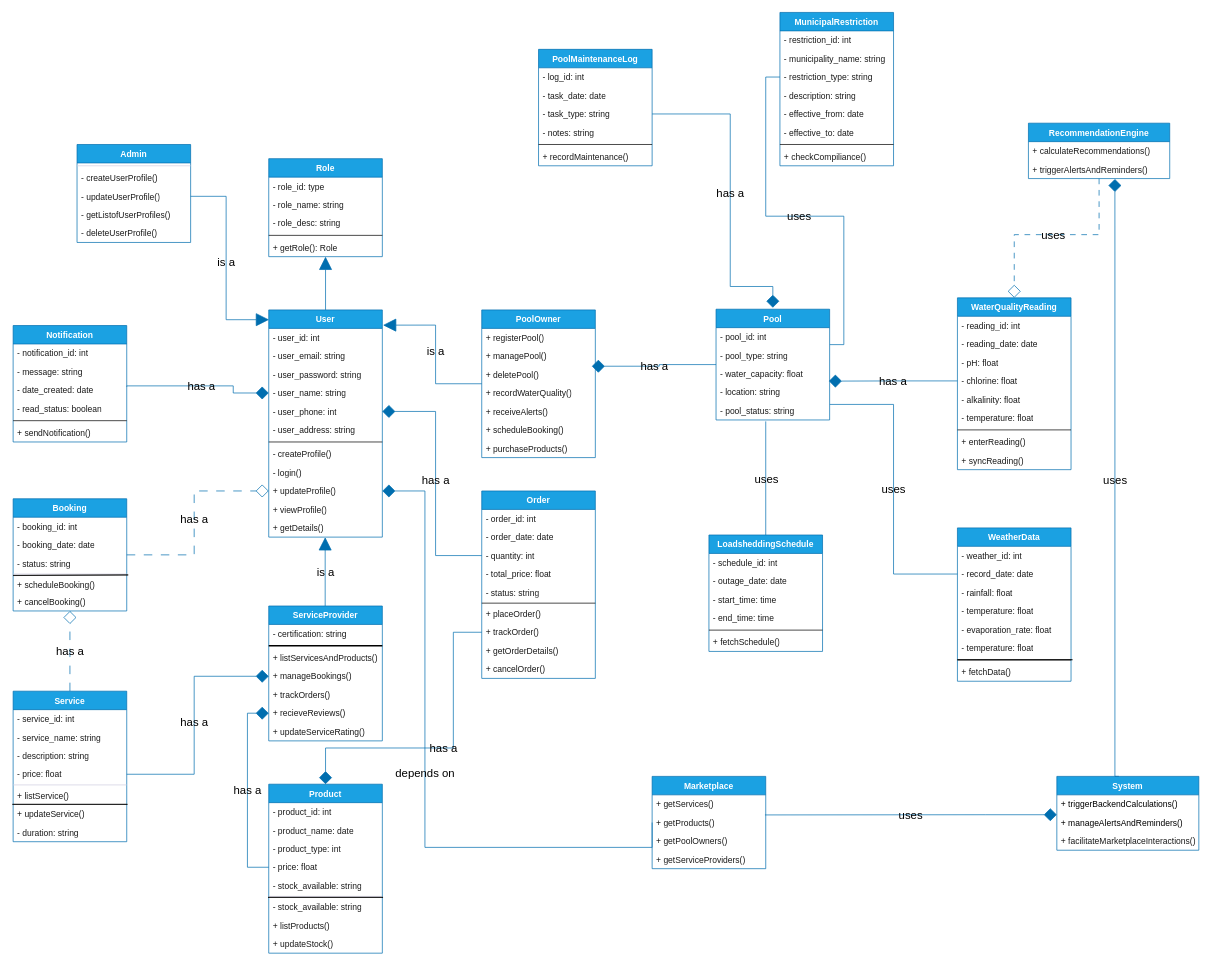
Earlier version of the draw.io diagram Design/UML Diagram - Copy.drawio (LRedpathZA/IT-Project). Source tidied: cells renumbered, new cells numbered last; positions are measured from the earlier drawing's top-left corner, leaving out a move shared by most shapes. Both pictures are drawn from the tidied source at 71%, with x=0, y=0 at pixel (12, 12).
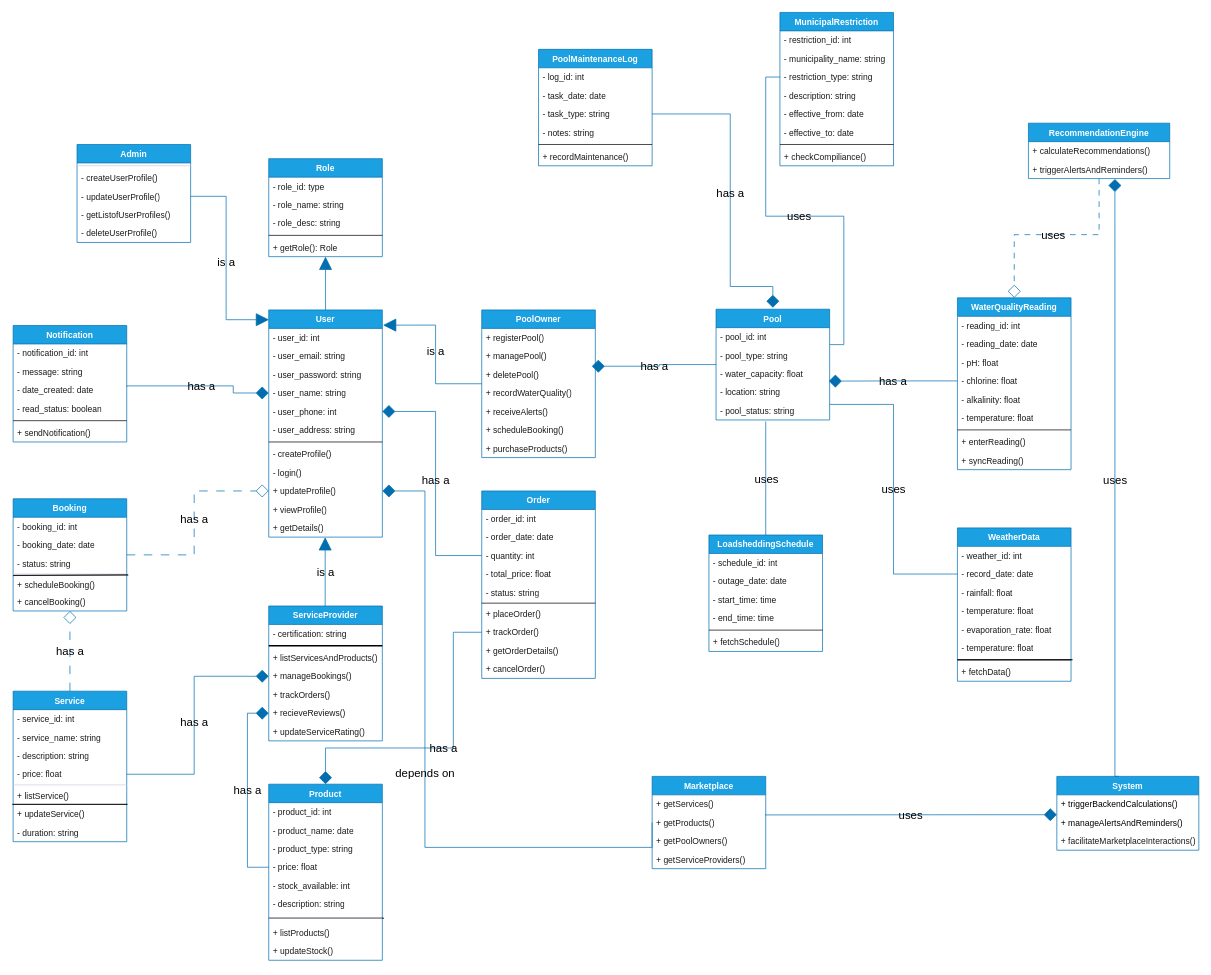
The same diagram, later.

Commit message (it also covers changes not shown here):
Updated UML + ERD

Change to the diagram source:
```diff
@@
     <mxCell id="129" value="Product" style="swimlane;fontStyle=1;align=center;verticalAlign=top;horizontal=1;startSize=26;whiteSpace=wrap;html=1;labelBackgroundColor=none;fillColor=#1ba1e2;strokeColor=#006EAF;fontColor=#ffffff;" parent="1" vertex="1">
-      <mxGeometry x="361" y="1087" width="160" height="238" as="geometry" />
+      <mxGeometry x="361" y="1087" width="160" height="248" as="geometry" />
     </mxCell>
@@
-    <mxCell id="132" value="- product_type: int" style="text;strokeColor=none;fillColor=none;align=left;verticalAlign=top;spacingLeft=4;spacingRight=4;overflow=hidden;whiteSpace=wrap;html=1;labelBackgroundColor=none;fontColor=#1A1A1A;" parent="129" vertex="1">
+    <mxCell id="132" value="- product_type: string" style="text;strokeColor=none;fillColor=none;align=left;verticalAlign=top;spacingLeft=4;spacingRight=4;overflow=hidden;whiteSpace=wrap;html=1;labelBackgroundColor=none;fontColor=#1A1A1A;" parent="129" vertex="1">
       <mxGeometry y="78" width="160" height="26" as="geometry" />
     </mxCell>
@@
-    <mxCell id="134" value="- stock_available: string" style="text;strokeColor=none;fillColor=none;align=left;verticalAlign=top;spacingLeft=4;spacingRight=4;overflow=hidden;whiteSpace=wrap;html=1;labelBackgroundColor=none;fontColor=#1A1A1A;" parent="129" vertex="1">
+    <mxCell id="134" value="- stock_available: int" style="text;strokeColor=none;fillColor=none;align=left;verticalAlign=top;spacingLeft=4;spacingRight=4;overflow=hidden;whiteSpace=wrap;html=1;labelBackgroundColor=none;fontColor=#1A1A1A;" parent="129" vertex="1">
       <mxGeometry y="130" width="160" height="26" as="geometry" />
     </mxCell>
-    <mxCell id="135" style="line;strokeWidth=1;fillColor=none;align=left;verticalAlign=middle;spacingTop=-1;spacingLeft=3;spacingRight=3;labelPosition=right;strokeColor=#D0CEE2;labelBackgroundColor=none;fontColor=#1A1A1A;" parent="129" vertex="1">
-      <mxGeometry y="156" width="160" height="4" as="geometry" />
-    </mxCell>
-    <mxCell id="136" value="- stock_available: string" style="text;strokeColor=none;fillColor=none;align=left;verticalAlign=top;spacingLeft=4;spacingRight=4;overflow=hidden;whiteSpace=wrap;html=1;labelBackgroundColor=none;fontColor=#1A1A1A;" parent="129" vertex="1">
-      <mxGeometry y="160" width="160" height="26" as="geometry" />
+    <mxCell id="136" value="- description: string" style="text;strokeColor=none;fillColor=none;align=left;verticalAlign=top;spacingLeft=4;spacingRight=4;overflow=hidden;whiteSpace=wrap;html=1;labelBackgroundColor=none;fontColor=#1A1A1A;" parent="129" vertex="1">
+      <mxGeometry y="156" width="160" height="26" as="geometry" />
     </mxCell>
     <mxCell id="137" style="shape=link;html=1;rounded=0;width=-0.2857142857142865;" parent="129" edge="1">
       <mxGeometry relative="1" as="geometry">
-        <mxPoint x="-1" y="159.4" as="sourcePoint" />
-        <mxPoint x="161" y="159.4" as="targetPoint" />
+        <mxPoint y="188.8" as="sourcePoint" />
+        <mxPoint x="162" y="188.8" as="targetPoint" />
       </mxGeometry>
     </mxCell>
+    <mxCell id="135" style="line;strokeWidth=1;fillColor=none;align=left;verticalAlign=middle;spacingTop=-1;spacingLeft=3;spacingRight=3;labelPosition=right;strokeColor=#D0CEE2;labelBackgroundColor=none;fontColor=#1A1A1A;" parent="129" vertex="1">
+      <mxGeometry y="182" width="160" height="14" as="geometry" />
+    </mxCell>
     <mxCell id="138" value="+ listProducts()" style="text;strokeColor=none;fillColor=none;align=left;verticalAlign=top;spacingLeft=4;spacingRight=4;overflow=hidden;whiteSpace=wrap;html=1;labelBackgroundColor=none;fontColor=#1A1A1A;" parent="129" vertex="1">
-      <mxGeometry y="186" width="160" height="26" as="geometry" />
+      <mxGeometry y="196" width="160" height="26" as="geometry" />
     </mxCell>
     <mxCell id="139" value="+ updateStock()" style="text;strokeColor=none;fillColor=none;align=left;verticalAlign=top;spacingLeft=4;spacingRight=4;overflow=hidden;whiteSpace=wrap;html=1;labelBackgroundColor=none;fontColor=#1A1A1A;" parent="129" vertex="1">
-      <mxGeometry y="212" width="160" height="26" as="geometry" />
+      <mxGeometry y="222" width="160" height="26" as="geometry" />
     </mxCell>
```
